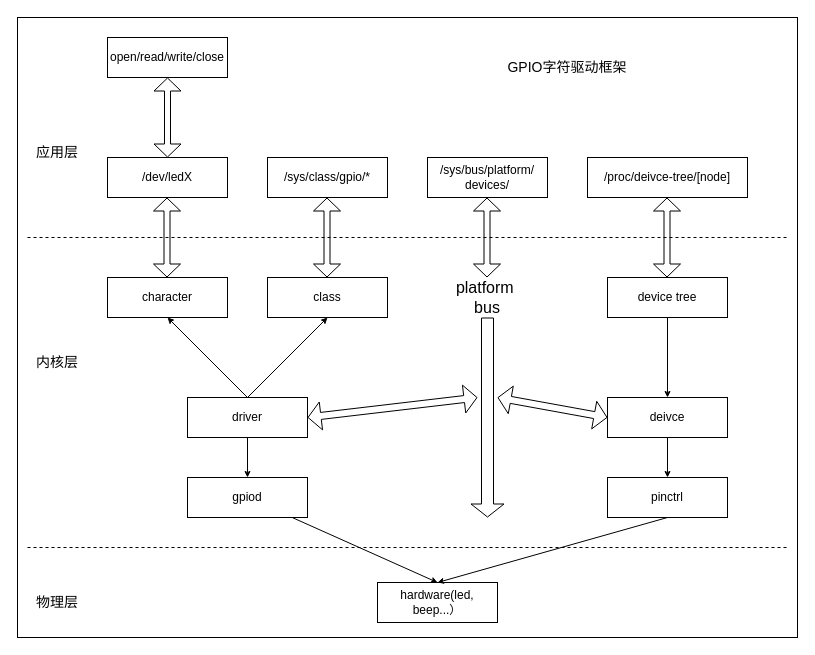
zc110747/build_embed_linux_system keeps this draw.io diagram as page "gpio" (2 of 9) of src/file/tree.drawio. Above is the earlier version. Source tidied: cells renumbered, new cells numbered last; positions are measured from the earlier drawing's top-left corner, leaving out a move shared by most shapes. Both pictures are drawn from the tidied source at 100%, with x=0, y=0 at pixel (17, 17).
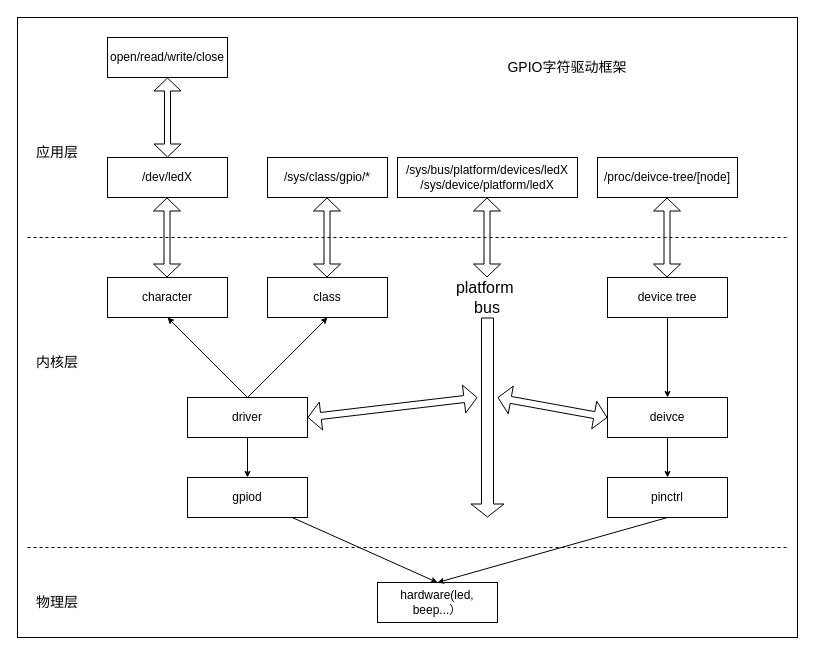
The same page after the edit.

Change to the diagram source:
```diff
@@
     <mxCell id="14" value="/proc/deivce-tree/[node]" style="rounded=0;whiteSpace=wrap;html=1;" parent="1" vertex="1">
-      <mxGeometry x="570" y="140" width="160" height="40" as="geometry" />
+      <mxGeometry x="580" y="140" width="140" height="40" as="geometry" />
     </mxCell>
@@
-    <mxCell id="16" value="/sys/bus/platform/&lt;br&gt;devices/" style="rounded=0;whiteSpace=wrap;html=1;" parent="1" vertex="1">
-      <mxGeometry x="410" y="140" width="120" height="40" as="geometry" />
+    <mxCell id="16" value="/sys/bus/platform/devices/ledX&lt;br&gt;/sys/device/platform/ledX" style="rounded=0;whiteSpace=wrap;html=1;" parent="1" vertex="1">
+      <mxGeometry x="380" y="140" width="180" height="40" as="geometry" />
     </mxCell>
```
